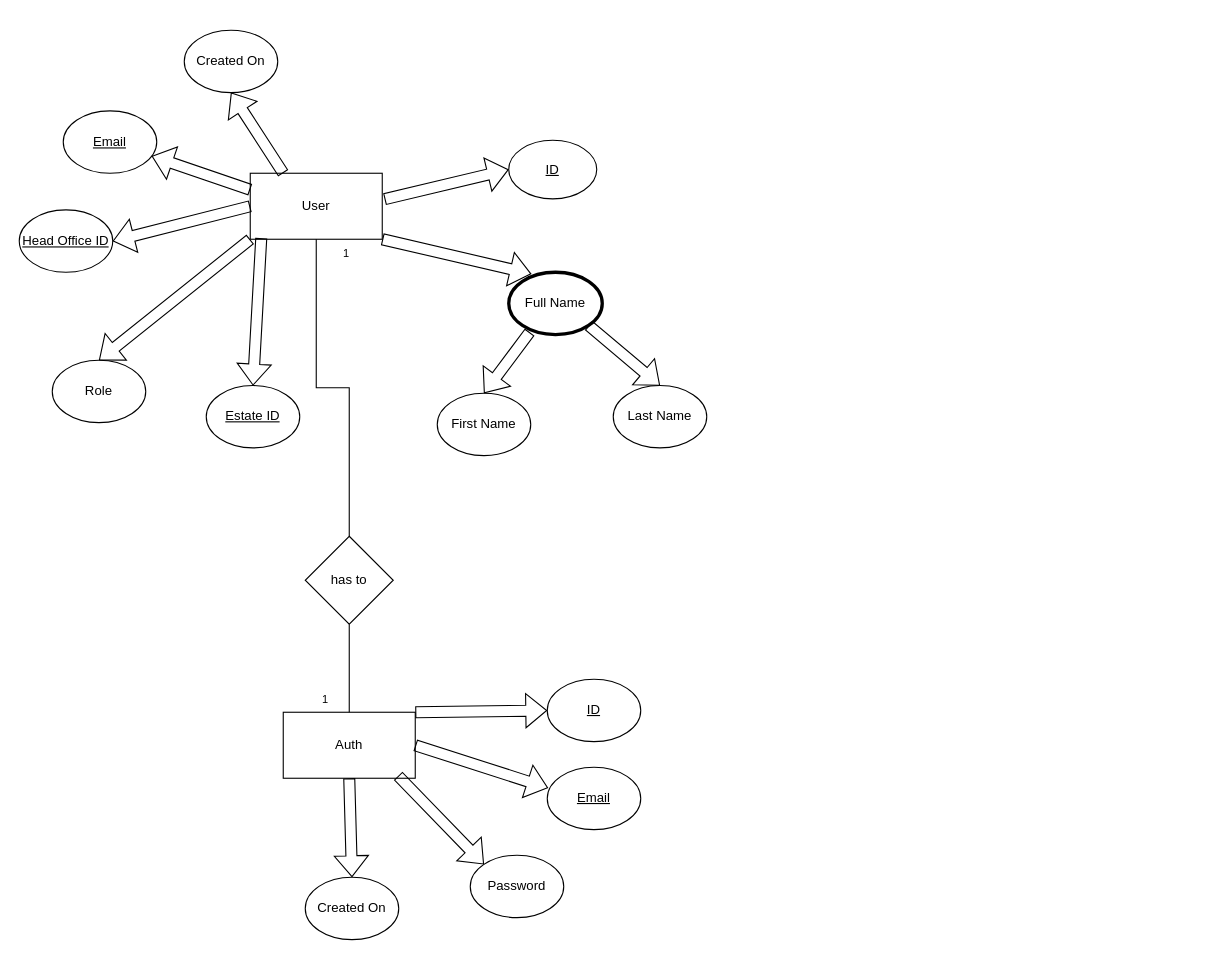
Above: iTracker - ERD.drawio in harshawije97/iTracker (draw.io), before the change. Source tidied: cells renumbered, new cells numbered last; positions are measured from the earlier drawing's top-left corner, leaving out a move shared by most shapes. Both pictures are drawn from the tidied source at 110%, with x=0, y=0 at pixel (19, 30).
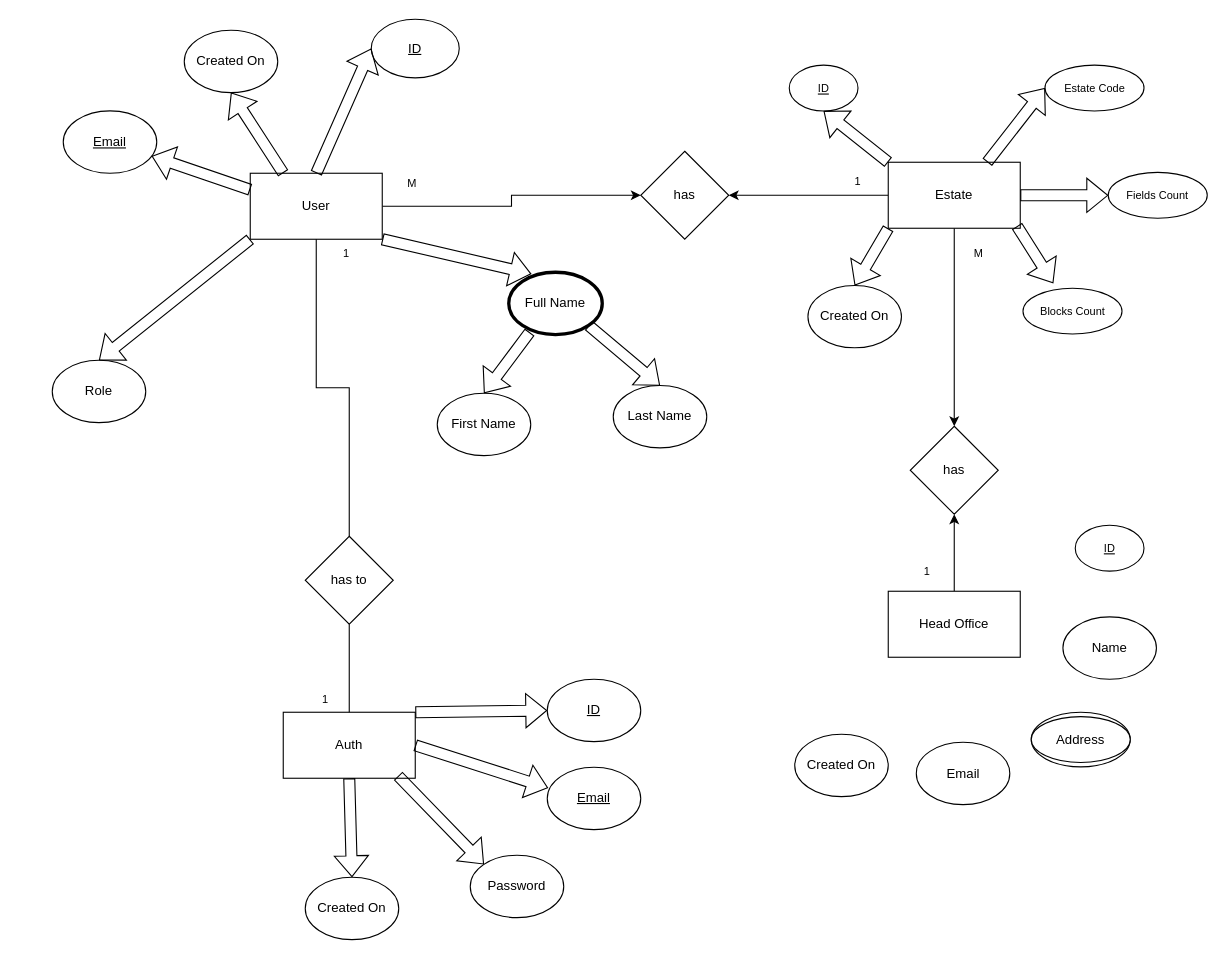
The same page after the edit.

Unchanged cells that the change refers to:
```xml
<mxCell id="2" value="User" style="rounded=0;whiteSpace=wrap;html=1;" parent="1" vertex="1">
  <mxGeometry x="210" y="130" width="120" height="60" as="geometry" />
</mxCell>
```

Change to the diagram source:
```diff
@@
+    <mxCell id="35" style="edgeStyle=orthogonalEdgeStyle;rounded=0;jettySize=auto;html=1;entryX=0;entryY=0.5;entryDx=0;entryDy=0;" parent="1" edge="1" source="2" target="53">
+      <mxGeometry relative="1" as="geometry" />
+    </mxCell>
@@
     <mxCell id="3" value="&lt;u&gt;ID&lt;/u&gt;" style="ellipse;whiteSpace=wrap;html=1;" parent="1" vertex="1">
-      <mxGeometry x="445" y="100" width="80" height="53.3" as="geometry" />
+      <mxGeometry x="320" y="-10" width="80" height="53.3" as="geometry" />
     </mxCell>
@@
-    <mxCell id="8" value="&lt;u&gt;Estate ID&lt;/u&gt;" style="ellipse;whiteSpace=wrap;html=1;" parent="1" vertex="1">
-      <mxGeometry x="170" y="323" width="85" height="56.7" as="geometry" />
-    </mxCell>
-    <mxCell id="9" value="&lt;u&gt;Head Office ID&lt;/u&gt;" style="ellipse;whiteSpace=wrap;html=1;" parent="1" vertex="1">
-      <mxGeometry y="163.3" width="85" height="56.7" as="geometry" />
-    </mxCell>
-    <mxCell id="10" style="shape=flexArrow;endArrow=classic;html=1;rounded=0;exitX=1.017;exitY=0.393;exitDx=0;exitDy=0;entryX=0;entryY=0.5;entryDx=0;entryDy=0;exitPerimeter=0;" parent="1" edge="1" source="2" target="3">
+    <mxCell id="10" style="shape=flexArrow;endArrow=classic;html=1;rounded=0;exitX=0.5;exitY=0;exitDx=0;exitDy=0;entryX=0;entryY=0.5;entryDx=0;entryDy=0;" parent="1" edge="1" source="2" target="3">
       <mxGeometry relative="1" as="geometry" />
     </mxCell>
@@
-    <mxCell id="15" style="shape=flexArrow;endArrow=classic;html=1;rounded=0;exitX=0.563;exitY=0.98;exitDx=0;exitDy=0;entryX=0.5;entryY=0;entryDx=0;entryDy=0;exitPerimeter=0;" parent="1" edge="1" target="8">
-      <mxGeometry relative="1" as="geometry">
-        <mxPoint x="220" y="189" as="sourcePoint" />
-      </mxGeometry>
-    </mxCell>
-    <mxCell id="16" style="shape=flexArrow;endArrow=classic;html=1;rounded=0;exitX=0;exitY=0.5;exitDx=0;exitDy=0;entryX=1;entryY=0.5;entryDx=0;entryDy=0;" parent="1" edge="1" source="2" target="9">
-      <mxGeometry relative="1" as="geometry" />
-    </mxCell>
@@
+    <mxCell id="36" style="edgeStyle=orthogonalEdgeStyle;rounded=0;jettySize=auto;html=1;" parent="1" edge="1" source="38" target="53">
+      <mxGeometry relative="1" as="geometry" />
+    </mxCell>
+    <mxCell id="37" style="edgeStyle=orthogonalEdgeStyle;rounded=0;jettySize=auto;html=1;exitX=0.5;exitY=1;exitDx=0;exitDy=0;" parent="1" edge="1" source="38" target="56">
+      <mxGeometry relative="1" as="geometry" />
+    </mxCell>
+    <mxCell id="38" value="Estate" style="rounded=0;whiteSpace=wrap;html=1;" parent="1" vertex="1">
+      <mxGeometry x="790" y="120" width="120" height="60" as="geometry" />
+    </mxCell>
+    <mxCell id="39" value="&lt;u&gt;&lt;font style=&quot;font-size: 10px;&quot;&gt;ID&lt;/font&gt;&lt;/u&gt;" style="ellipse;whiteSpace=wrap;html=1;" parent="1" vertex="1">
+      <mxGeometry x="700" y="31.7" width="62.5" height="41.7" as="geometry" />
+    </mxCell>
+    <mxCell id="40" value="&lt;font style=&quot;font-size: 10px;&quot;&gt;Estate Code&lt;/font&gt;" style="ellipse;whiteSpace=wrap;html=1;" parent="1" vertex="1">
+      <mxGeometry x="932.5" y="31.7" width="90" height="41.7" as="geometry" />
+    </mxCell>
+    <mxCell id="41" value="&lt;span style=&quot;font-size: 10px;&quot;&gt;Fields Count&lt;/span&gt;" style="ellipse;whiteSpace=wrap;html=1;" parent="1" vertex="1">
+      <mxGeometry x="990" y="129.2" width="90" height="41.7" as="geometry" />
+    </mxCell>
+    <mxCell id="42" value="&lt;span style=&quot;font-size: 10px;&quot;&gt;Blocks Count&lt;/span&gt;" style="ellipse;whiteSpace=wrap;html=1;" parent="1" vertex="1">
+      <mxGeometry x="912.5" y="234.5" width="90" height="41.7" as="geometry" />
+    </mxCell>
+    <mxCell id="43" value="Created On" style="ellipse;whiteSpace=wrap;html=1;" parent="1" vertex="1">
+      <mxGeometry x="717" y="232" width="85" height="56.7" as="geometry" />
+    </mxCell>
+    <mxCell id="44" style="edgeStyle=orthogonalEdgeStyle;rounded=0;jettySize=auto;html=1;" parent="1" edge="1" source="45" target="56">
+      <mxGeometry relative="1" as="geometry" />
+    </mxCell>
+    <mxCell id="45" value="Head Office" style="rounded=0;whiteSpace=wrap;html=1;" parent="1" vertex="1">
+      <mxGeometry x="790" y="510" width="120" height="60" as="geometry" />
+    </mxCell>
+    <mxCell id="46" value="Email" style="ellipse;whiteSpace=wrap;html=1;" parent="1" vertex="1">
+      <mxGeometry x="815.5" y="647.3" width="85" height="56.7" as="geometry" />
+    </mxCell>
+    <mxCell id="47" value="&lt;u&gt;&lt;font style=&quot;font-size: 10px;&quot;&gt;ID&lt;/font&gt;&lt;/u&gt;" style="ellipse;whiteSpace=wrap;html=1;" parent="1" vertex="1">
+      <mxGeometry x="960" y="450" width="62.5" height="41.7" as="geometry" />
+    </mxCell>
+    <mxCell id="48" style="group;" parent="1" vertex="1">
+      <mxGeometry x="920" y="620" width="90" height="49.7" as="geometry" />
+    </mxCell>
+    <mxCell id="49" style="ellipse;whiteSpace=wrap;html=1;" parent="48" vertex="1">
+      <mxGeometry width="90" height="49.7" as="geometry" />
+    </mxCell>
+    <mxCell id="50" value="Address" style="ellipse;whiteSpace=wrap;html=1;" parent="48" vertex="1">
+      <mxGeometry y="4" width="90" height="41.7" as="geometry" />
+    </mxCell>
+    <mxCell id="51" value="Name" style="ellipse;whiteSpace=wrap;html=1;" parent="1" vertex="1">
+      <mxGeometry x="948.8" y="533.3" width="85" height="56.7" as="geometry" />
+    </mxCell>
+    <mxCell id="52" value="Created On" style="ellipse;whiteSpace=wrap;html=1;" parent="1" vertex="1">
+      <mxGeometry x="705" y="640" width="85" height="56.7" as="geometry" />
+    </mxCell>
+    <mxCell id="53" value="has" style="rhombus;whiteSpace=wrap;html=1;rounded=0;" parent="1" vertex="1">
+      <mxGeometry x="565" y="110" width="80" height="80" as="geometry" />
+    </mxCell>
+    <mxCell id="54" value="&lt;font style=&quot;font-size: 10px;&quot;&gt;M&lt;/font&gt;" style="rounded=0;whiteSpace=wrap;html=1;strokeColor=none;" parent="1" vertex="1">
+      <mxGeometry x="340" y="131.7" width="34.8" height="14" as="geometry" />
+    </mxCell>
+    <mxCell id="55" value="&lt;span style=&quot;font-size: 10px;&quot;&gt;1&lt;/span&gt;" style="rounded=0;whiteSpace=wrap;html=1;strokeColor=none;" parent="1" vertex="1">
+      <mxGeometry x="745.2" y="130" width="34.8" height="14" as="geometry" />
+    </mxCell>
+    <mxCell id="56" value="has" style="rhombus;whiteSpace=wrap;html=1;rounded=0;" parent="1" vertex="1">
+      <mxGeometry x="810" y="360" width="80" height="80" as="geometry" />
+    </mxCell>
+    <mxCell id="57" value="&lt;font style=&quot;font-size: 10px;&quot;&gt;M&lt;/font&gt;" style="rounded=0;whiteSpace=wrap;html=1;strokeColor=none;" parent="1" vertex="1">
+      <mxGeometry x="855.2" y="196" width="34.8" height="14" as="geometry" />
+    </mxCell>
+    <mxCell id="58" value="&lt;font style=&quot;font-size: 10px;&quot;&gt;1&lt;/font&gt;" style="rounded=0;whiteSpace=wrap;html=1;strokeColor=none;" parent="1" vertex="1">
+      <mxGeometry x="808" y="484.7" width="34.8" height="14" as="geometry" />
+    </mxCell>
+    <mxCell id="59" style="shape=flexArrow;endArrow=classic;html=1;rounded=0;exitX=1;exitY=0.5;exitDx=0;exitDy=0;" parent="1" edge="1">
+      <mxGeometry relative="1" as="geometry">
+        <mxPoint x="907" y="178" as="sourcePoint" />
+        <mxPoint x="940" y="230" as="targetPoint" />
+      </mxGeometry>
+    </mxCell>
+    <mxCell id="60" style="shape=flexArrow;endArrow=classic;html=1;rounded=0;exitX=0;exitY=1;exitDx=0;exitDy=0;entryX=0.5;entryY=0;entryDx=0;entryDy=0;" parent="1" edge="1" source="38" target="43">
+      <mxGeometry relative="1" as="geometry" />
+    </mxCell>
+    <mxCell id="61" style="shape=flexArrow;endArrow=classic;html=1;rounded=0;exitX=1;exitY=0.5;exitDx=0;exitDy=0;entryX=0;entryY=0.5;entryDx=0;entryDy=0;" parent="1" edge="1" source="38" target="41">
+      <mxGeometry relative="1" as="geometry" />
+    </mxCell>
+    <mxCell id="62" style="shape=flexArrow;endArrow=classic;html=1;rounded=0;exitX=0.75;exitY=0;exitDx=0;exitDy=0;entryX=0;entryY=0.5;entryDx=0;entryDy=0;" parent="1" edge="1" source="38" target="40">
+      <mxGeometry relative="1" as="geometry" />
+    </mxCell>
+    <mxCell id="63" style="shape=flexArrow;endArrow=classic;html=1;rounded=0;exitX=0;exitY=0;exitDx=0;exitDy=0;entryX=0.5;entryY=1;entryDx=0;entryDy=0;" parent="1" edge="1" source="38" target="39">
+      <mxGeometry relative="1" as="geometry" />
+    </mxCell>
```
